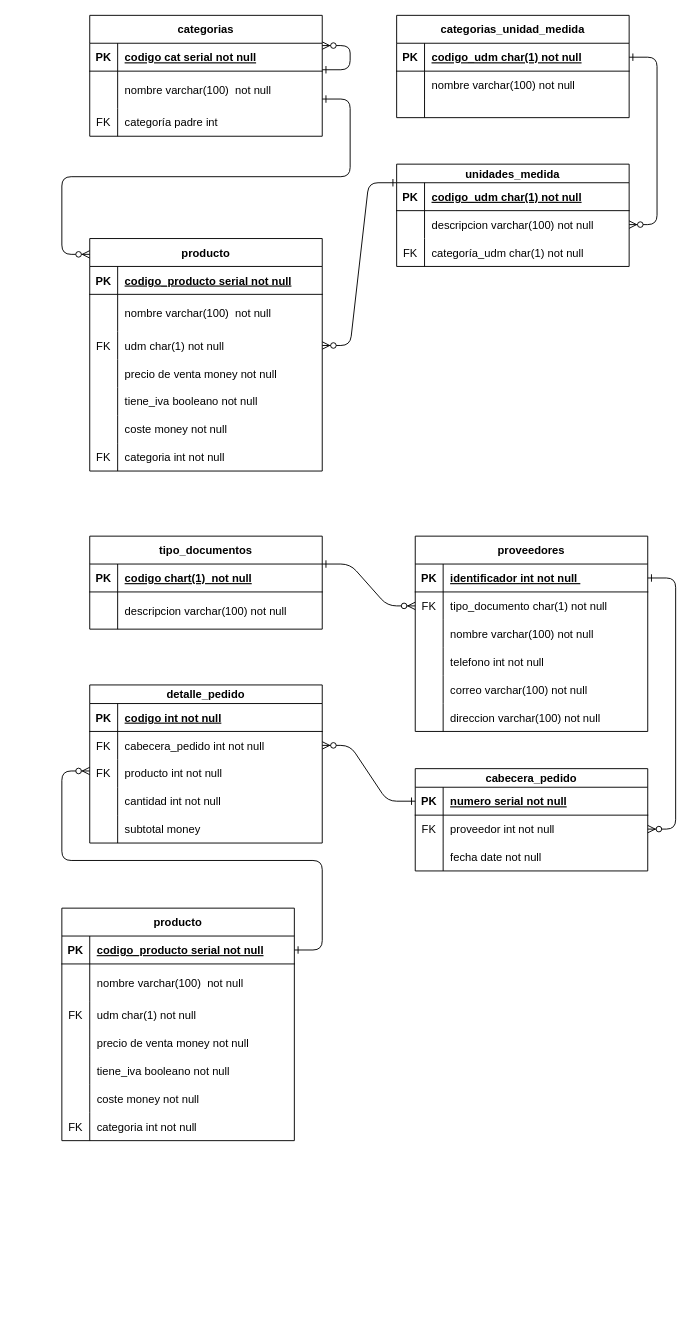
The draw.io diagram Diagramas/Relacion.drawio in AndreaCastro2004/bdd, before the edit. Source tidied: cells renumbered, new cells numbered last; positions are measured from the earlier drawing's top-left corner, leaving out a move shared by most shapes. Both pictures are drawn from the tidied source at 93%, with x=0, y=0 at pixel (-227, 15).
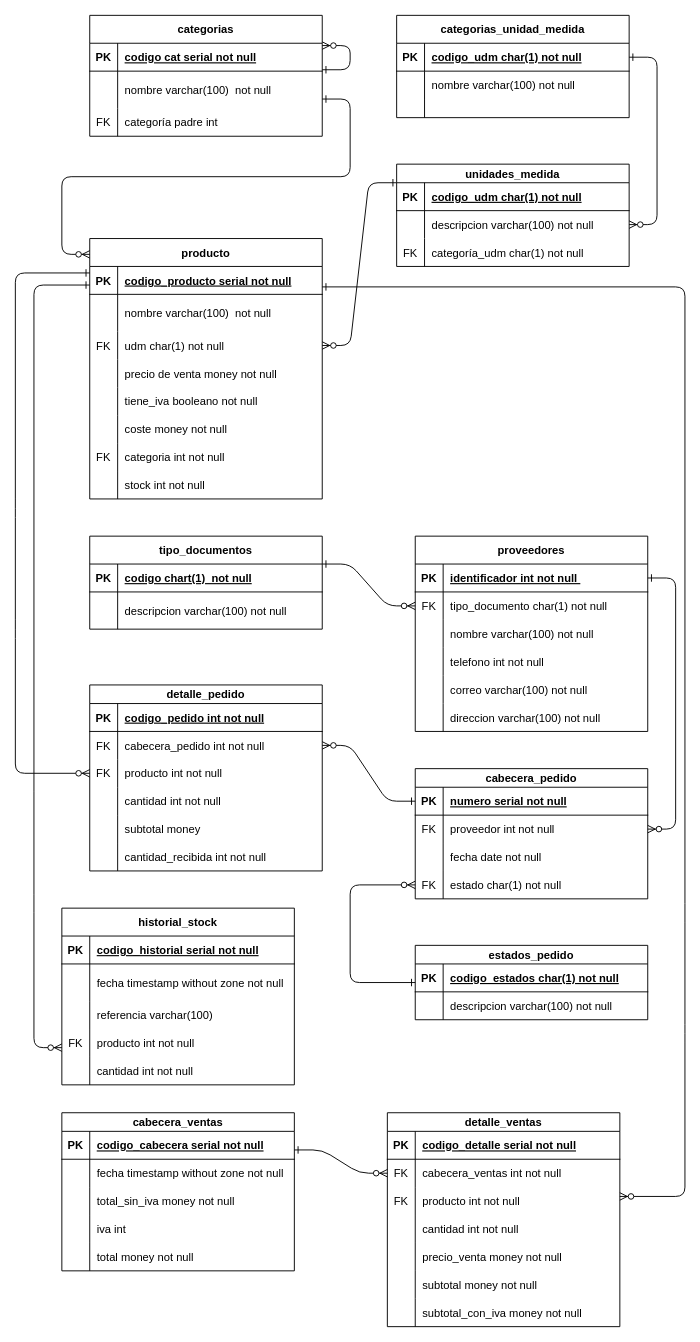
Above is the later version.

The change refers to these unchanged cells:
```xml
<mxCell id="35" style="shape=partialRectangle;fillColor=none;points=[[0,0.5],[1,0.5]];portConstraint=eastwest;top=0;left=0;right=0;bottom=1;" parent="34" vertex="1">
  <mxGeometry y="30" width="250" height="30" as="geometry" />
</mxCell>
<mxCell id="97" style="shape=partialRectangle;fillColor=none;top=0;left=0;right=0;bottom=1;" parent="96" vertex="1">
  <mxGeometry y="20" width="250" height="30" as="geometry" />
</mxCell>
<mxCell id="103" style="shape=partialRectangle;fillColor=none;points=[[0,0.5],[1,0.5]];portConstraint=eastwest;top=0;left=0;right=0;bottom=0;" parent="96" vertex="1">
  <mxGeometry y="80" width="250" height="30" as="geometry" />
</mxCell>
<mxCell id="115" style="shape=partialRectangle;fillColor=none;points=[[0,0.5],[1,0.5]];portConstraint=eastwest;top=0;left=0;right=0;bottom=1;" parent="114" vertex="1">
  <mxGeometry y="30" width="250" height="30" as="geometry" />
</mxCell>
<mxCell id="118" style="shape=partialRectangle;fillColor=none;top=0;left=0;right=0;bottom=0;" parent="114" vertex="1">
  <mxGeometry y="60" width="250" height="40" as="geometry" />
</mxCell>
<mxCell id="121" style="shape=partialRectangle;fillColor=none;top=0;left=0;right=0;bottom=0;" parent="114" vertex="1">
  <mxGeometry y="100" width="250" height="30" as="geometry" />
</mxCell>
<mxCell id="124" style="shape=partialRectangle;fillColor=none;top=0;left=0;right=0;bottom=0;" parent="114" vertex="1">
  <mxGeometry y="130" width="250" height="30" as="geometry" />
</mxCell>
<mxCell id="127" style="shape=partialRectangle;fillColor=none;top=0;left=0;right=0;bottom=0;" parent="114" vertex="1">
  <mxGeometry y="160" width="250" height="30" as="geometry" />
</mxCell>
```

Change to the diagram source:
```diff
@@
     <mxCell id="34" value="producto" style="shape=table;startSize=30;childLayout=tableLayout;rowLines=0;fontStyle=1;align=center;" parent="1" vertex="1">
-      <mxGeometry x="340" y="240" width="250" height="250" as="geometry" />
+      <mxGeometry x="340" y="240" width="250" height="280" as="geometry" />
     </mxCell>
@@
+    <mxCell id="136" style="shape=partialRectangle;fillColor=none;top=0;left=0;right=0;bottom=0;" parent="34" vertex="1">
+      <mxGeometry y="250" width="250" height="30" as="geometry" />
+    </mxCell>
+    <mxCell id="137" style="shape=partialRectangle;overflow=hidden;fillColor=none;top=0;left=0;bottom=0;right=0;" parent="136" vertex="1">
+      <mxGeometry width="30" height="30" as="geometry" />
+    </mxCell>
+    <mxCell id="138" value="stock int not null" style="shape=partialRectangle;overflow=hidden;fillColor=none;top=0;left=0;bottom=0;right=0;align=left;spacingLeft=6;" parent="136" vertex="1">
+      <mxGeometry x="30" width="220" height="30" as="geometry" />
+    </mxCell>
@@
     <mxCell id="85" value="cabecera_pedido" style="shape=table;startSize=20;childLayout=tableLayout;rowLines=0;fontStyle=1;align=center;" parent="1" vertex="1">
-      <mxGeometry x="690" y="810" width="250" height="110" as="geometry" />
+      <mxGeometry x="690" y="810" width="250" height="140" as="geometry" />
     </mxCell>
@@
+    <mxCell id="139" style="shape=partialRectangle;fillColor=none;points=[[0,0.5],[1,0.5]];portConstraint=eastwest;top=0;left=0;right=0;bottom=0;" parent="85" vertex="1">
+      <mxGeometry y="110" width="250" height="30" as="geometry" />
+    </mxCell>
+    <mxCell id="140" value="FK" style="shape=partialRectangle;overflow=hidden;fillColor=none;top=0;left=0;bottom=0;right=0;" parent="139" vertex="1">
+      <mxGeometry width="30" height="30" as="geometry" />
+    </mxCell>
+    <mxCell id="141" value="estado char(1) not null" style="shape=partialRectangle;overflow=hidden;fillColor=none;top=0;left=0;bottom=0;right=0;align=left;spacingLeft=6;" parent="139" vertex="1">
+      <mxGeometry x="30" width="220" height="30" as="geometry" />
+    </mxCell>
@@
     <mxCell id="96" value="detalle_pedido" style="shape=table;startSize=20;childLayout=tableLayout;rowLines=0;fontStyle=1;align=center;" parent="1" vertex="1">
-      <mxGeometry x="340" y="720" width="250" height="170" as="geometry" />
+      <mxGeometry x="340" y="720" width="250" height="200" as="geometry" />
     </mxCell>
@@
-    <mxCell id="99" value="codigo int not null" style="shape=partialRectangle;overflow=hidden;fillColor=none;top=0;left=0;bottom=0;right=0;align=left;spacingLeft=6;fontStyle=5;" parent="97" vertex="1">
+    <mxCell id="99" value="codigo_pedido int not null" style="shape=partialRectangle;overflow=hidden;fillColor=none;top=0;left=0;bottom=0;right=0;align=left;spacingLeft=6;fontStyle=5;" parent="97" vertex="1">
       <mxGeometry x="30" width="220" height="30" as="geometry" />
     </mxCell>
@@
+    <mxCell id="142" style="shape=partialRectangle;fillColor=none;top=0;left=0;right=0;bottom=0;" parent="96" vertex="1">
+      <mxGeometry y="170" width="250" height="30" as="geometry" />
+    </mxCell>
+    <mxCell id="143" style="shape=partialRectangle;overflow=hidden;fillColor=none;top=0;left=0;bottom=0;right=0;" parent="142" vertex="1">
+      <mxGeometry width="30" height="30" as="geometry" />
+    </mxCell>
+    <mxCell id="144" value="cantidad_recibida int not null" style="shape=partialRectangle;overflow=hidden;fillColor=none;top=0;left=0;bottom=0;right=0;align=left;spacingLeft=6;" parent="142" vertex="1">
+      <mxGeometry x="30" width="220" height="30" as="geometry" />
+    </mxCell>
@@
-    <mxCell id="113" style="edgeStyle=entityRelationEdgeStyle;endArrow=ERzeroToMany;startArrow=ERone;endFill=1;startFill=0;entryX=0;entryY=0.5;entryDx=0;entryDy=0;exitX=1;exitY=0.5;exitDx=0;exitDy=0;" parent="1" edge="1" source="115">
-      <mxGeometry relative="1" as="geometry">
-        <mxPoint x="340" y="812.5" as="targetPoint" />
-        <Array as="points">
-          <mxPoint x="170" y="797" />
-          <mxPoint x="300" y="950" />
-          <mxPoint x="300" y="940" />
-          <mxPoint x="30" y="740" />
-          <mxPoint y="917" />
-          <mxPoint x="10" y="887" />
-          <mxPoint x="20" y="887" />
-          <mxPoint x="20" y="887" />
-          <mxPoint x="20" y="887" />
-        </Array>
-      </mxGeometry>
-    </mxCell>
-    <mxCell id="114" value="producto" style="shape=table;startSize=30;childLayout=tableLayout;rowLines=0;fontStyle=1;align=center;" parent="1" vertex="1">
-      <mxGeometry x="310" y="960" width="250" height="250" as="geometry" />
+    <mxCell id="114" value="historial_stock" style="shape=table;startSize=30;childLayout=tableLayout;rowLines=0;fontStyle=1;align=center;" parent="1" vertex="1">
+      <mxGeometry x="310" y="960" width="250" height="190" as="geometry" />
     </mxCell>
@@
-    <mxCell id="117" value="codigo_producto serial not null" style="shape=partialRectangle;overflow=hidden;fillColor=none;top=0;left=0;bottom=0;right=0;align=left;spacingLeft=6;fontStyle=5;" parent="115" vertex="1">
+    <mxCell id="117" value="codigo_historial serial not null" style="shape=partialRectangle;overflow=hidden;fillColor=none;top=0;left=0;bottom=0;right=0;align=left;spacingLeft=6;fontStyle=5;" parent="115" vertex="1">
       <mxGeometry x="30" width="220" height="30" as="geometry" />
     </mxCell>
@@
-    <mxCell id="120" value="nombre varchar(100)  not null" style="shape=partialRectangle;overflow=hidden;fillColor=none;top=0;left=0;bottom=0;right=0;align=left;spacingLeft=6;" parent="118" vertex="1">
+    <mxCell id="120" value="fecha timestamp without zone not null" style="shape=partialRectangle;overflow=hidden;fillColor=none;top=0;left=0;bottom=0;right=0;align=left;spacingLeft=6;" parent="118" vertex="1">
       <mxGeometry x="30" width="220" height="40" as="geometry" />
     </mxCell>
@@
-    <mxCell id="122" value="FK" style="shape=partialRectangle;overflow=hidden;fillColor=none;top=0;left=0;bottom=0;right=0;" parent="121" vertex="1">
+    <mxCell id="122" style="shape=partialRectangle;overflow=hidden;fillColor=none;top=0;left=0;bottom=0;right=0;" parent="121" vertex="1">
       <mxGeometry width="30" height="30" as="geometry" />
     </mxCell>
-    <mxCell id="123" value="udm char(1) not null" style="shape=partialRectangle;overflow=hidden;fillColor=none;top=0;left=0;bottom=0;right=0;align=left;spacingLeft=6;" parent="121" vertex="1">
+    <mxCell id="123" value="referencia varchar(100)" style="shape=partialRectangle;overflow=hidden;fillColor=none;top=0;left=0;bottom=0;right=0;align=left;spacingLeft=6;" parent="121" vertex="1">
       <mxGeometry x="30" width="220" height="30" as="geometry" />
     </mxCell>
@@
-    <mxCell id="125" style="shape=partialRectangle;overflow=hidden;fillColor=none;top=0;left=0;bottom=0;right=0;" parent="124" vertex="1">
+    <mxCell id="125" value="FK" style="shape=partialRectangle;overflow=hidden;fillColor=none;top=0;left=0;bottom=0;right=0;" parent="124" vertex="1">
       <mxGeometry width="30" height="30" as="geometry" />
     </mxCell>
-    <mxCell id="126" value="precio de venta money not null" style="shape=partialRectangle;overflow=hidden;fillColor=none;top=0;left=0;bottom=0;right=0;align=left;spacingLeft=6;" parent="124" vertex="1">
+    <mxCell id="126" value="producto int not null" style="shape=partialRectangle;overflow=hidden;fillColor=none;top=0;left=0;bottom=0;right=0;align=left;spacingLeft=6;" parent="124" vertex="1">
       <mxGeometry x="30" width="220" height="30" as="geometry" />
     </mxCell>
@@
-    <mxCell id="129" value="tiene_iva booleano not null" style="shape=partialRectangle;overflow=hidden;fillColor=none;top=0;left=0;bottom=0;right=0;align=left;spacingLeft=6;" parent="127" vertex="1">
+    <mxCell id="129" value="cantidad int not null" style="shape=partialRectangle;overflow=hidden;fillColor=none;top=0;left=0;bottom=0;right=0;align=left;spacingLeft=6;" parent="127" vertex="1">
       <mxGeometry x="30" width="220" height="30" as="geometry" />
     </mxCell>
-    <mxCell id="130" style="shape=partialRectangle;fillColor=none;top=0;left=0;right=0;bottom=0;" parent="114" vertex="1">
-      <mxGeometry y="190" width="250" height="30" as="geometry" />
-    </mxCell>
-    <mxCell id="131" style="shape=partialRectangle;overflow=hidden;fillColor=none;top=0;left=0;bottom=0;right=0;" parent="130" vertex="1">
-      <mxGeometry width="30" height="30" as="geometry" />
-    </mxCell>
-    <mxCell id="132" value="coste money not null" style="shape=partialRectangle;overflow=hidden;fillColor=none;top=0;left=0;bottom=0;right=0;align=left;spacingLeft=6;" parent="130" vertex="1">
-      <mxGeometry x="30" width="220" height="30" as="geometry" />
-    </mxCell>
-    <mxCell id="133" style="shape=partialRectangle;fillColor=none;top=0;left=0;right=0;bottom=0;" parent="114" vertex="1">
-      <mxGeometry y="220" width="250" height="30" as="geometry" />
-    </mxCell>
-    <mxCell id="134" value="FK" style="shape=partialRectangle;overflow=hidden;fillColor=none;top=0;left=0;bottom=0;right=0;" parent="133" vertex="1">
-      <mxGeometry width="30" height="30" as="geometry" />
-    </mxCell>
-    <mxCell id="135" value="categoria int not null" style="shape=partialRectangle;overflow=hidden;fillColor=none;top=0;left=0;bottom=0;right=0;align=left;spacingLeft=6;" parent="133" vertex="1">
-      <mxGeometry x="30" width="220" height="30" as="geometry" />
-    </mxCell>
+    <mxCell id="145" style="endArrow=ERzeroToMany;startArrow=ERone;endFill=1;startFill=0;exitX=0;exitY=0.233;exitDx=0;exitDy=0;elbow=vertical;entryX=0;entryY=0.5;entryDx=0;entryDy=0;exitPerimeter=0;" parent="1" edge="1" source="35" target="103">
+      <mxGeometry relative="1" as="geometry">
+        <Array as="points">
+          <mxPoint x="260" y="277" />
+          <mxPoint x="260" y="530" />
+          <mxPoint x="260" y="660" />
+          <mxPoint x="260" y="815" />
+        </Array>
+      </mxGeometry>
+    </mxCell>
+    <mxCell id="146" value="estados_pedido" style="shape=table;startSize=20;childLayout=tableLayout;rowLines=0;fontStyle=1;align=center;" parent="1" vertex="1">
+      <mxGeometry x="690" y="1000" width="250" height="80" as="geometry" />
+    </mxCell>
+    <mxCell id="147" style="shape=partialRectangle;fillColor=none;top=0;left=0;right=0;bottom=1;" parent="146" vertex="1">
+      <mxGeometry y="20" width="250" height="30" as="geometry" />
+    </mxCell>
+    <mxCell id="148" value="PK" style="shape=partialRectangle;overflow=hidden;fillColor=none;top=0;left=0;bottom=0;right=0;fontStyle=1;" parent="147" vertex="1">
+      <mxGeometry width="30" height="30" as="geometry" />
+    </mxCell>
+    <mxCell id="149" value="codigo_estados char(1) not null" style="shape=partialRectangle;overflow=hidden;fillColor=none;top=0;left=0;bottom=0;right=0;align=left;spacingLeft=6;fontStyle=5;" parent="147" vertex="1">
+      <mxGeometry x="30" width="220" height="30" as="geometry" />
+    </mxCell>
+    <mxCell id="150" style="shape=partialRectangle;fillColor=none;top=0;left=0;right=0;bottom=0;" parent="146" vertex="1">
+      <mxGeometry y="50" width="250" height="30" as="geometry" />
+    </mxCell>
+    <mxCell id="151" style="shape=partialRectangle;overflow=hidden;fillColor=none;top=0;left=0;bottom=0;right=0;" parent="150" vertex="1">
+      <mxGeometry width="30" height="30" as="geometry" />
+    </mxCell>
+    <mxCell id="152" value="descripcion varchar(100) not null" style="shape=partialRectangle;overflow=hidden;fillColor=none;top=0;left=0;bottom=0;right=0;align=left;spacingLeft=6;" parent="150" vertex="1">
+      <mxGeometry x="30" width="220" height="30" as="geometry" />
+    </mxCell>
+    <mxCell id="153" style="endArrow=ERzeroToMany;startArrow=ERone;endFill=1;startFill=0;elbow=vertical;entryX=0;entryY=0.5;entryDx=0;entryDy=0;" parent="1" edge="1" target="139">
+      <mxGeometry relative="1" as="geometry">
+        <mxPoint x="690" y="1040" as="sourcePoint" />
+        <Array as="points">
+          <mxPoint x="620" y="1040" />
+          <mxPoint x="620" y="935" />
+        </Array>
+      </mxGeometry>
+    </mxCell>
+    <mxCell id="154" style="endArrow=ERzeroToMany;startArrow=ERone;endFill=1;startFill=0;elbow=vertical;" parent="1" edge="1">
+      <mxGeometry relative="1" as="geometry">
+        <mxPoint x="340" y="290" as="sourcePoint" />
+        <mxPoint x="310" y="1110" as="targetPoint" />
+        <Array as="points">
+          <mxPoint x="280" y="290" />
+          <mxPoint x="280" y="825" />
+          <mxPoint x="280" y="955" />
+          <mxPoint x="280" y="1110" />
+        </Array>
+      </mxGeometry>
+    </mxCell>
+    <mxCell id="155" value="cabecera_ventas" style="shape=table;startSize=20;childLayout=tableLayout;rowLines=0;fontStyle=1;align=center;" parent="1" vertex="1">
+      <mxGeometry x="310" y="1180" width="250" height="170" as="geometry" />
+    </mxCell>
+    <mxCell id="156" style="shape=partialRectangle;fillColor=none;top=0;left=0;right=0;bottom=1;" parent="155" vertex="1">
+      <mxGeometry y="20" width="250" height="30" as="geometry" />
+    </mxCell>
+    <mxCell id="157" value="PK" style="shape=partialRectangle;overflow=hidden;fillColor=none;top=0;left=0;bottom=0;right=0;fontStyle=1;" parent="156" vertex="1">
+      <mxGeometry width="30" height="30" as="geometry" />
+    </mxCell>
+    <mxCell id="158" value="codigo_cabecera serial not null" style="shape=partialRectangle;overflow=hidden;fillColor=none;top=0;left=0;bottom=0;right=0;align=left;spacingLeft=6;fontStyle=5;" parent="156" vertex="1">
+      <mxGeometry x="30" width="220" height="30" as="geometry" />
+    </mxCell>
+    <mxCell id="159" style="shape=partialRectangle;fillColor=none;top=0;left=0;right=0;bottom=0;" parent="155" vertex="1">
+      <mxGeometry y="50" width="250" height="30" as="geometry" />
+    </mxCell>
+    <mxCell id="160" style="shape=partialRectangle;overflow=hidden;fillColor=none;top=0;left=0;bottom=0;right=0;" parent="159" vertex="1">
+      <mxGeometry width="30" height="30" as="geometry" />
+    </mxCell>
+    <mxCell id="161" value="fecha timestamp without zone not null " style="shape=partialRectangle;overflow=hidden;fillColor=none;top=0;left=0;bottom=0;right=0;align=left;spacingLeft=6;" parent="159" vertex="1">
+      <mxGeometry x="30" width="220" height="30" as="geometry" />
+    </mxCell>
+    <mxCell id="162" style="shape=partialRectangle;fillColor=none;top=0;left=0;right=0;bottom=0;" parent="155" vertex="1">
+      <mxGeometry y="80" width="250" height="30" as="geometry" />
+    </mxCell>
+    <mxCell id="163" style="shape=partialRectangle;overflow=hidden;fillColor=none;top=0;left=0;bottom=0;right=0;" parent="162" vertex="1">
+      <mxGeometry width="30" height="30" as="geometry" />
+    </mxCell>
+    <mxCell id="164" value="total_sin_iva money not null" style="shape=partialRectangle;overflow=hidden;fillColor=none;top=0;left=0;bottom=0;right=0;align=left;spacingLeft=6;" parent="162" vertex="1">
+      <mxGeometry x="30" width="220" height="30" as="geometry" />
+    </mxCell>
+    <mxCell id="165" style="shape=partialRectangle;fillColor=none;top=0;left=0;right=0;bottom=0;" parent="155" vertex="1">
+      <mxGeometry y="110" width="250" height="30" as="geometry" />
+    </mxCell>
+    <mxCell id="166" style="shape=partialRectangle;overflow=hidden;fillColor=none;top=0;left=0;bottom=0;right=0;" parent="165" vertex="1">
+      <mxGeometry width="30" height="30" as="geometry" />
+    </mxCell>
+    <mxCell id="167" value="iva int " style="shape=partialRectangle;overflow=hidden;fillColor=none;top=0;left=0;bottom=0;right=0;align=left;spacingLeft=6;" parent="165" vertex="1">
+      <mxGeometry x="30" width="220" height="30" as="geometry" />
+    </mxCell>
+    <mxCell id="168" style="shape=partialRectangle;fillColor=none;top=0;left=0;right=0;bottom=0;" parent="155" vertex="1">
+      <mxGeometry y="140" width="250" height="30" as="geometry" />
+    </mxCell>
+    <mxCell id="169" style="shape=partialRectangle;overflow=hidden;fillColor=none;top=0;left=0;bottom=0;right=0;" parent="168" vertex="1">
+      <mxGeometry width="30" height="30" as="geometry" />
+    </mxCell>
+    <mxCell id="170" value="total money not null" style="shape=partialRectangle;overflow=hidden;fillColor=none;top=0;left=0;bottom=0;right=0;align=left;spacingLeft=6;" parent="168" vertex="1">
+      <mxGeometry x="30" width="220" height="30" as="geometry" />
+    </mxCell>
+    <mxCell id="171" value="detalle_ventas" style="shape=table;startSize=20;childLayout=tableLayout;rowLines=0;fontStyle=1;align=center;" parent="1" vertex="1">
+      <mxGeometry x="660" y="1180" width="250" height="230" as="geometry" />
+    </mxCell>
+    <mxCell id="172" style="shape=partialRectangle;fillColor=none;top=0;left=0;right=0;bottom=1;" parent="171" vertex="1">
+      <mxGeometry y="20" width="250" height="30" as="geometry" />
+    </mxCell>
+    <mxCell id="173" value="PK" style="shape=partialRectangle;overflow=hidden;fillColor=none;top=0;left=0;bottom=0;right=0;fontStyle=1;" parent="172" vertex="1">
+      <mxGeometry width="30" height="30" as="geometry" />
+    </mxCell>
+    <mxCell id="174" value="codigo_detalle serial not null" style="shape=partialRectangle;overflow=hidden;fillColor=none;top=0;left=0;bottom=0;right=0;align=left;spacingLeft=6;fontStyle=5;" parent="172" vertex="1">
+      <mxGeometry x="30" width="220" height="30" as="geometry" />
+    </mxCell>
+    <mxCell id="175" style="shape=partialRectangle;fillColor=none;points=[[0,0.5],[1,0.5]];portConstraint=eastwest;top=0;left=0;right=0;bottom=0;" parent="171" vertex="1">
+      <mxGeometry y="50" width="250" height="30" as="geometry" />
+    </mxCell>
+    <mxCell id="176" value="FK" style="shape=partialRectangle;overflow=hidden;fillColor=none;top=0;left=0;bottom=0;right=0;" parent="175" vertex="1">
+      <mxGeometry width="30" height="30" as="geometry" />
+    </mxCell>
+    <mxCell id="177" value="cabecera_ventas int not null" style="shape=partialRectangle;overflow=hidden;fillColor=none;top=0;left=0;bottom=0;right=0;align=left;spacingLeft=6;" parent="175" vertex="1">
+      <mxGeometry x="30" width="220" height="30" as="geometry" />
+    </mxCell>
+    <mxCell id="178" style="shape=partialRectangle;fillColor=none;top=0;left=0;right=0;bottom=0;" parent="171" vertex="1">
+      <mxGeometry y="80" width="250" height="30" as="geometry" />
+    </mxCell>
+    <mxCell id="179" value="FK" style="shape=partialRectangle;overflow=hidden;fillColor=none;top=0;left=0;bottom=0;right=0;" parent="178" vertex="1">
+      <mxGeometry width="30" height="30" as="geometry" />
+    </mxCell>
+    <mxCell id="180" value="producto int not null" style="shape=partialRectangle;overflow=hidden;fillColor=none;top=0;left=0;bottom=0;right=0;align=left;spacingLeft=6;" parent="178" vertex="1">
+      <mxGeometry x="30" width="220" height="30" as="geometry" />
+    </mxCell>
+    <mxCell id="181" style="shape=partialRectangle;fillColor=none;top=0;left=0;right=0;bottom=0;" parent="171" vertex="1">
+      <mxGeometry y="110" width="250" height="30" as="geometry" />
+    </mxCell>
+    <mxCell id="182" style="shape=partialRectangle;overflow=hidden;fillColor=none;top=0;left=0;bottom=0;right=0;" parent="181" vertex="1">
+      <mxGeometry width="30" height="30" as="geometry" />
+    </mxCell>
+    <mxCell id="183" value="cantidad int not null" style="shape=partialRectangle;overflow=hidden;fillColor=none;top=0;left=0;bottom=0;right=0;align=left;spacingLeft=6;" parent="181" vertex="1">
+      <mxGeometry x="30" width="220" height="30" as="geometry" />
+    </mxCell>
+    <mxCell id="184" style="shape=partialRectangle;fillColor=none;top=0;left=0;right=0;bottom=0;" parent="171" vertex="1">
+      <mxGeometry y="140" width="250" height="30" as="geometry" />
+    </mxCell>
+    <mxCell id="185" style="shape=partialRectangle;overflow=hidden;fillColor=none;top=0;left=0;bottom=0;right=0;" parent="184" vertex="1">
+      <mxGeometry width="30" height="30" as="geometry" />
+    </mxCell>
+    <mxCell id="186" value="precio_venta money not null" style="shape=partialRectangle;overflow=hidden;fillColor=none;top=0;left=0;bottom=0;right=0;align=left;spacingLeft=6;" parent="184" vertex="1">
+      <mxGeometry x="30" width="220" height="30" as="geometry" />
+    </mxCell>
+    <mxCell id="187" style="shape=partialRectangle;fillColor=none;top=0;left=0;right=0;bottom=0;" parent="171" vertex="1">
+      <mxGeometry y="170" width="250" height="30" as="geometry" />
+    </mxCell>
+    <mxCell id="188" style="shape=partialRectangle;overflow=hidden;fillColor=none;top=0;left=0;bottom=0;right=0;" parent="187" vertex="1">
+      <mxGeometry width="30" height="30" as="geometry" />
+    </mxCell>
+    <mxCell id="189" value="subtotal money not null" style="shape=partialRectangle;overflow=hidden;fillColor=none;top=0;left=0;bottom=0;right=0;align=left;spacingLeft=6;" parent="187" vertex="1">
+      <mxGeometry x="30" width="220" height="30" as="geometry" />
+    </mxCell>
+    <mxCell id="190" style="shape=partialRectangle;fillColor=none;top=0;left=0;right=0;bottom=0;" parent="171" vertex="1">
+      <mxGeometry y="200" width="250" height="30" as="geometry" />
+    </mxCell>
+    <mxCell id="191" style="shape=partialRectangle;overflow=hidden;fillColor=none;top=0;left=0;bottom=0;right=0;" parent="190" vertex="1">
+      <mxGeometry width="30" height="30" as="geometry" />
+    </mxCell>
+    <mxCell id="192" value="subtotal_con_iva money not null" style="shape=partialRectangle;overflow=hidden;fillColor=none;top=0;left=0;bottom=0;right=0;align=left;spacingLeft=6;" parent="190" vertex="1">
+      <mxGeometry x="30" width="220" height="30" as="geometry" />
+    </mxCell>
+    <mxCell id="193" style="endArrow=ERzeroToMany;startArrow=ERone;endFill=1;startFill=0;elbow=vertical;exitX=1;exitY=0.733;exitDx=0;exitDy=0;exitPerimeter=0;" parent="1" edge="1" source="35">
+      <mxGeometry relative="1" as="geometry">
+        <mxPoint x="910" y="1270" as="targetPoint" />
+        <Array as="points">
+          <mxPoint x="980" y="292" />
+          <mxPoint x="980" y="965" />
+          <mxPoint x="980" y="1095" />
+          <mxPoint x="980" y="1270" />
+        </Array>
+      </mxGeometry>
+    </mxCell>
+    <mxCell id="194" style="edgeStyle=entityRelationEdgeStyle;endArrow=ERzeroToMany;startArrow=ERone;endFill=1;startFill=0;entryX=0;entryY=0.5;entryDx=0;entryDy=0;exitX=0;exitY=0.5;exitDx=0;exitDy=0;" parent="1" edge="1" target="175">
+      <mxGeometry relative="1" as="geometry">
+        <mxPoint x="560" y="1220" as="sourcePoint" />
+        <Array as="points">
+          <mxPoint x="395" y="1292" />
+          <mxPoint x="225" y="1412" />
+          <mxPoint x="235" y="1382" />
+          <mxPoint x="245" y="1382" />
+          <mxPoint x="245" y="1382" />
+          <mxPoint x="245" y="1382" />
+        </Array>
+      </mxGeometry>
+    </mxCell>
```
